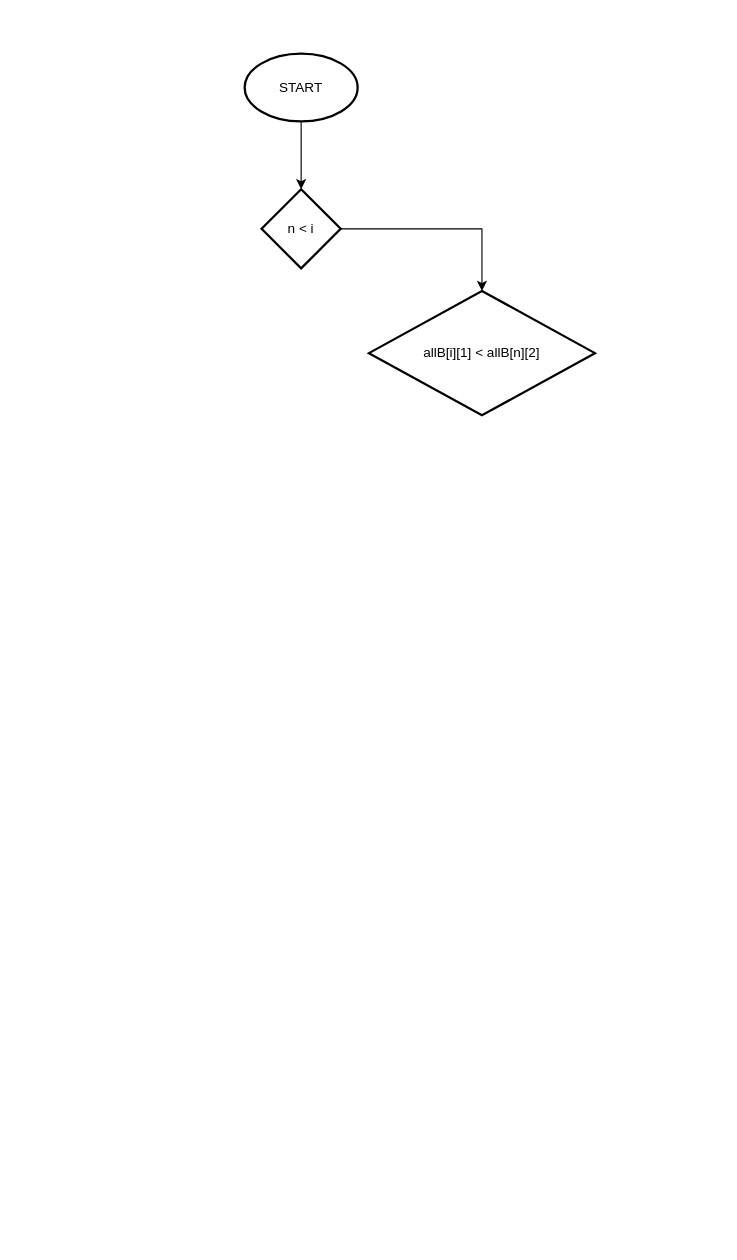
The draw.io diagram page "searchLastB()" (3 of 5) of Skyline.drawio in Rexrder/skyline, before the edit. Source tidied: cells renumbered, new cells numbered last; positions are measured from the earlier drawing's top-left corner, leaving out a move shared by most shapes. Both pictures are drawn from the tidied source at 113%, with x=0, y=0 at pixel (244, 53).
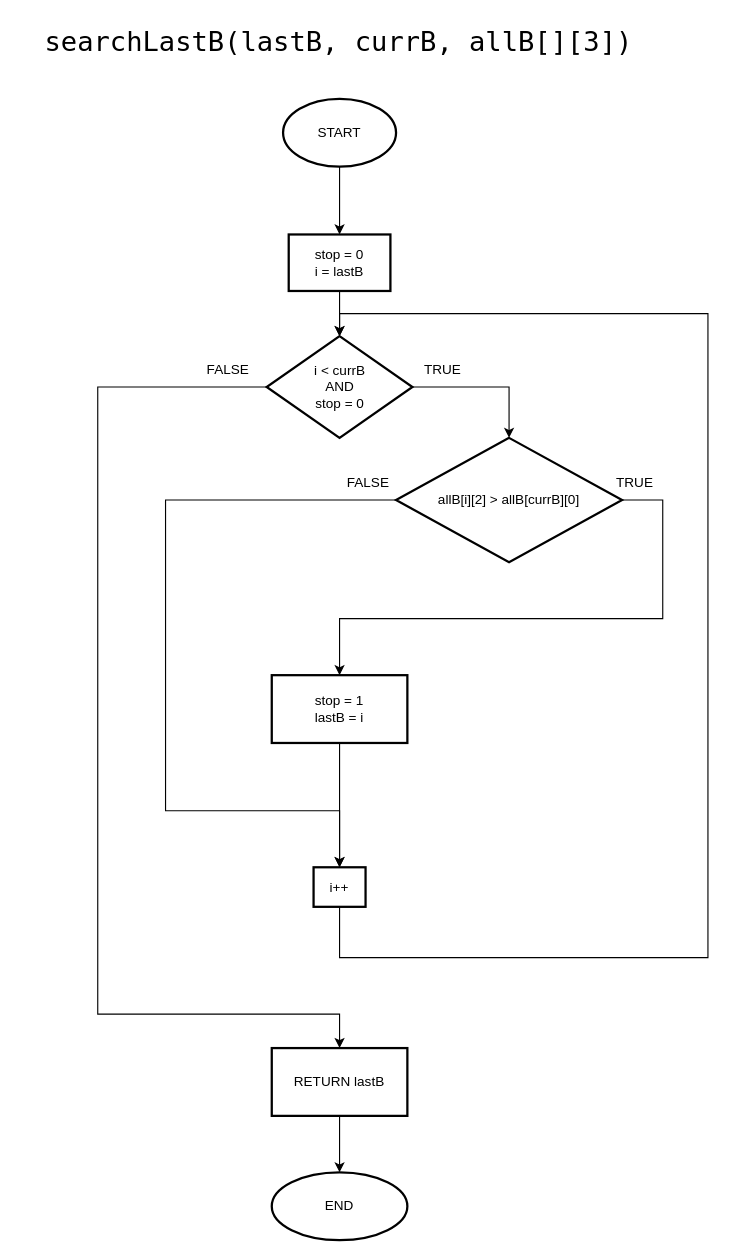
The same page after the edit.

The edit, as a diff of the source:
```diff
@@
-    <mxCell id="2" style="edgeStyle=orthogonalEdgeStyle;rounded=0;jettySize=auto;html=1;" parent="1" edge="1" source="3" target="5">
-      <mxGeometry relative="1" as="geometry" />
-    </mxCell>
+    <mxCell id="7" style="edgeStyle=orthogonalEdgeStyle;rounded=0;jettySize=auto;html=1;fontSize=24;" parent="1" edge="1" source="3" target="13">
+      <mxGeometry relative="1" as="geometry" />
+    </mxCell>
     <mxCell id="3" value="START" style="strokeWidth=2;html=1;shape=mxgraph.flowchart.start_1;whiteSpace=wrap;" parent="1" vertex="1">
-      <mxGeometry width="100" height="60" as="geometry" />
+      <mxGeometry x="34" y="40" width="100" height="60" as="geometry" />
     </mxCell>
     <mxCell id="4" style="edgeStyle=orthogonalEdgeStyle;rounded=0;jettySize=auto;html=1;" parent="1" edge="1" source="5" target="6">
-      <mxGeometry relative="1" as="geometry" />
+      <mxGeometry relative="1" as="geometry">
+        <Array as="points">
+          <mxPoint x="234" y="295" />
+        </Array>
+      </mxGeometry>
     </mxCell>
+    <mxCell id="8" style="edgeStyle=orthogonalEdgeStyle;rounded=0;jettySize=auto;html=1;fontSize=24;" parent="1" edge="1" source="5" target="24">
+      <mxGeometry relative="1" as="geometry">
+        <Array as="points">
+          <mxPoint x="-130" y="295" />
+          <mxPoint x="-130" y="850" />
+          <mxPoint x="84" y="850" />
+        </Array>
+      </mxGeometry>
+    </mxCell>
-    <mxCell id="5" value="n &amp;lt; i" style="rhombus;whiteSpace=wrap;html=1;strokeWidth=2;" parent="1" vertex="1">
-      <mxGeometry x="15" y="120" width="70" height="70" as="geometry" />
+    <mxCell id="5" value="i &amp;lt; currB&lt;br&gt;AND&lt;br&gt;stop = 0" style="rhombus;whiteSpace=wrap;html=1;strokeWidth=2;" parent="1" vertex="1">
+      <mxGeometry x="19.5" y="250" width="129" height="90" as="geometry" />
     </mxCell>
+    <mxCell id="9" style="edgeStyle=orthogonalEdgeStyle;rounded=0;jettySize=auto;html=1;fontSize=24;" parent="1" edge="1" source="6" target="17">
+      <mxGeometry relative="1" as="geometry">
+        <Array as="points">
+          <mxPoint x="370" y="395" />
+          <mxPoint x="370" y="500" />
+          <mxPoint x="84" y="500" />
+        </Array>
+      </mxGeometry>
+    </mxCell>
+    <mxCell id="10" style="edgeStyle=orthogonalEdgeStyle;rounded=0;jettySize=auto;html=1;exitX=0;exitY=0.5;exitDx=0;exitDy=0;entryX=0.5;entryY=0;entryDx=0;entryDy=0;fontSize=24;" parent="1" edge="1" source="6" target="15">
+      <mxGeometry relative="1" as="geometry">
+        <Array as="points">
+          <mxPoint x="-70" y="395" />
+          <mxPoint x="-70" y="670" />
+          <mxPoint x="84" y="670" />
+        </Array>
+      </mxGeometry>
+    </mxCell>
-    <mxCell id="6" value="allB[i][1] &amp;lt; allB[n][2]" style="rhombus;whiteSpace=wrap;html=1;strokeWidth=2;" parent="1" vertex="1">
-      <mxGeometry x="110" y="210" width="200" height="110" as="geometry" />
+    <mxCell id="6" value="allB[i][2] &gt; allB[currB][0]" style="rhombus;whiteSpace=wrap;strokeWidth=2;" parent="1" vertex="1">
+      <mxGeometry x="134" y="340" width="200" height="110" as="geometry" />
     </mxCell>
+    <mxCell id="11" value="searchLastB(lastB, currB, allB[][3])" style="text;whiteSpace=wrap;html=1;fontSize=24;rounded=0;fontFamily=Lucida Console;align=center;verticalAlign=middle;" parent="1" vertex="1">
+      <mxGeometry x="-199" y="-30" width="565" height="40" as="geometry" />
+    </mxCell>
+    <mxCell id="12" style="edgeStyle=orthogonalEdgeStyle;rounded=0;jettySize=auto;html=1;fontSize=24;" parent="1" edge="1" source="13" target="5">
+      <mxGeometry relative="1" as="geometry" />
+    </mxCell>
+    <mxCell id="13" value="stop = 0&lt;br&gt;i = lastB" style="whiteSpace=wrap;html=1;strokeWidth=2;" parent="1" vertex="1">
+      <mxGeometry x="39" y="160" width="90" height="50" as="geometry" />
+    </mxCell>
+    <mxCell id="14" style="edgeStyle=orthogonalEdgeStyle;rounded=0;jettySize=auto;html=1;entryX=0.5;entryY=0;entryDx=0;entryDy=0;fontSize=24;" parent="1" edge="1" source="15" target="5">
+      <mxGeometry relative="1" as="geometry">
+        <Array as="points">
+          <mxPoint x="84" y="800" />
+          <mxPoint x="410" y="800" />
+          <mxPoint x="410" y="230" />
+          <mxPoint x="84" y="230" />
+        </Array>
+      </mxGeometry>
+    </mxCell>
+    <mxCell id="15" value="i++" style="whiteSpace=wrap;html=1;strokeWidth=2;" parent="1" vertex="1">
+      <mxGeometry x="61" y="720" width="46" height="35" as="geometry" />
+    </mxCell>
+    <mxCell id="16" style="edgeStyle=orthogonalEdgeStyle;rounded=0;jettySize=auto;html=1;fontSize=24;" parent="1" edge="1" source="17" target="15">
+      <mxGeometry relative="1" as="geometry" />
+    </mxCell>
+    <mxCell id="17" value="stop = 1&lt;br&gt;lastB = i" style="whiteSpace=wrap;html=1;strokeWidth=2;" parent="1" vertex="1">
+      <mxGeometry x="24" y="550" width="120" height="60" as="geometry" />
+    </mxCell>
+    <mxCell id="18" value="TRUE" style="text;html=1;align=center;verticalAlign=middle;fillColor=none;strokeColor=none;rounded=0;" parent="1" vertex="1">
+      <mxGeometry x="150" y="270" width="50" height="20" as="geometry" />
+    </mxCell>
+    <mxCell id="19" value="TRUE" style="text;html=1;align=center;verticalAlign=middle;fillColor=none;strokeColor=none;rounded=0;" parent="1" vertex="1">
+      <mxGeometry x="320" y="370" width="50" height="20" as="geometry" />
+    </mxCell>
+    <mxCell id="20" value="FALSE" style="text;html=1;align=center;verticalAlign=middle;fillColor=none;strokeColor=none;rounded=0;" parent="1" vertex="1">
+      <mxGeometry x="84" y="370" width="50" height="20" as="geometry" />
+    </mxCell>
+    <mxCell id="21" value="FALSE" style="text;html=1;align=center;verticalAlign=middle;fillColor=none;strokeColor=none;rounded=0;" parent="1" vertex="1">
+      <mxGeometry x="-40" y="270" width="50" height="20" as="geometry" />
+    </mxCell>
+    <mxCell id="22" value="END" style="ellipse;whiteSpace=wrap;html=1;strokeWidth=2;" parent="1" vertex="1">
+      <mxGeometry x="24" y="990" width="120" height="60" as="geometry" />
+    </mxCell>
+    <mxCell id="23" style="edgeStyle=orthogonalEdgeStyle;rounded=0;jettySize=auto;html=1;fontSize=24;" parent="1" edge="1" source="24" target="22">
+      <mxGeometry relative="1" as="geometry" />
+    </mxCell>
+    <mxCell id="24" value="RETURN lastB" style="whiteSpace=wrap;html=1;strokeWidth=2;" parent="1" vertex="1">
+      <mxGeometry x="24" y="880" width="120" height="60" as="geometry" />
+    </mxCell>
```
